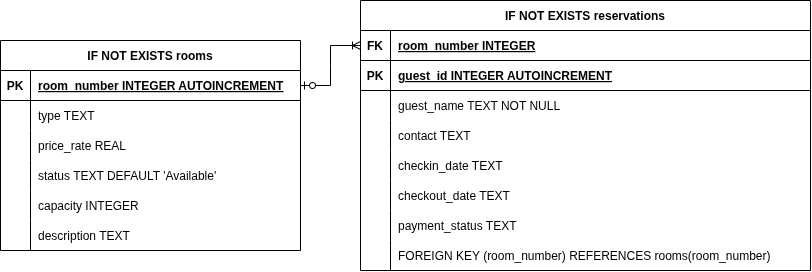
The draw.io diagram document/ERD.drawio.png in euuii/StayBook, before a commit. Source tidied: cells renumbered, new cells last; positions are measured from the earlier drawing's top-left corner, leaving out a move shared by most shapes. Its diagram source:
```xml
<mxGraphModel>
  <root>
    <mxCell id="0" />
    <mxCell id="1" parent="0" />
    <mxCell id="2" value="IF NOT EXISTS rooms" style="shape=table;startSize=30;rowLines=0;fontStyle=1;align=center;" parent="1" vertex="1">
      <mxGeometry y="40" width="300" height="210" as="geometry" />
    </mxCell>
    <mxCell id="3" style="shape=tableRow;horizontal=0;startSize=0;swimlaneHead=0;swimlaneBody=0;fillColor=none;points=[[0,0.5],[1,0.5]];portConstraint=eastwest;strokeColor=inherit;top=0;left=0;right=0;bottom=1;" parent="2" vertex="1">
      <mxGeometry y="30" width="300" height="30" as="geometry" />
    </mxCell>
    <mxCell id="4" value="PK" style="shape=partialRectangle;overflow=hidden;fillColor=none;strokeColor=inherit;top=0;left=0;bottom=0;right=0;fontStyle=1;" parent="3" vertex="1">
      <mxGeometry width="30" height="30" as="geometry" />
    </mxCell>
    <mxCell id="5" value="room_number INTEGER  AUTOINCREMENT" style="shape=partialRectangle;overflow=hidden;fillColor=none;align=left;strokeColor=inherit;top=0;left=0;bottom=0;right=0;spacingLeft=6;fontStyle=5;" parent="3" vertex="1">
      <mxGeometry x="30" width="270" height="30" as="geometry" />
    </mxCell>
    <mxCell id="6" style="shape=tableRow;horizontal=0;startSize=0;swimlaneHead=0;swimlaneBody=0;fillColor=none;strokeColor=inherit;top=0;left=0;right=0;bottom=0;" parent="2" vertex="1">
      <mxGeometry y="60" width="300" height="30" as="geometry" />
    </mxCell>
    <mxCell id="7" style="shape=partialRectangle;overflow=hidden;fillColor=none;strokeColor=inherit;top=0;left=0;bottom=0;right=0;" parent="6" vertex="1">
      <mxGeometry width="30" height="30" as="geometry" />
    </mxCell>
    <mxCell id="8" value="type TEXT" style="shape=partialRectangle;overflow=hidden;fillColor=none;align=left;strokeColor=inherit;top=0;left=0;bottom=0;right=0;spacingLeft=6;" parent="6" vertex="1">
      <mxGeometry x="30" width="270" height="30" as="geometry" />
    </mxCell>
    <mxCell id="9" style="shape=tableRow;horizontal=0;startSize=0;swimlaneHead=0;swimlaneBody=0;fillColor=none;strokeColor=inherit;top=0;left=0;right=0;bottom=0;" parent="2" vertex="1">
      <mxGeometry y="90" width="300" height="30" as="geometry" />
    </mxCell>
    <mxCell id="10" style="shape=partialRectangle;overflow=hidden;fillColor=none;strokeColor=inherit;top=0;left=0;bottom=0;right=0;" parent="9" vertex="1">
      <mxGeometry width="30" height="30" as="geometry" />
    </mxCell>
    <mxCell id="11" value="price_rate REAL" style="shape=partialRectangle;overflow=hidden;fillColor=none;align=left;strokeColor=inherit;top=0;left=0;bottom=0;right=0;spacingLeft=6;" parent="9" vertex="1">
      <mxGeometry x="30" width="270" height="30" as="geometry" />
    </mxCell>
    <mxCell id="12" style="shape=tableRow;horizontal=0;startSize=0;swimlaneHead=0;swimlaneBody=0;fillColor=none;strokeColor=inherit;top=0;left=0;right=0;bottom=0;" parent="2" vertex="1">
      <mxGeometry y="120" width="300" height="30" as="geometry" />
    </mxCell>
    <mxCell id="13" style="shape=partialRectangle;overflow=hidden;fillColor=none;strokeColor=inherit;top=0;left=0;bottom=0;right=0;" parent="12" vertex="1">
      <mxGeometry width="30" height="30" as="geometry" />
    </mxCell>
    <mxCell id="14" value="status TEXT DEFAULT 'Available'" style="shape=partialRectangle;overflow=hidden;fillColor=none;align=left;strokeColor=inherit;top=0;left=0;bottom=0;right=0;spacingLeft=6;" parent="12" vertex="1">
      <mxGeometry x="30" width="270" height="30" as="geometry" />
    </mxCell>
    <mxCell id="15" style="shape=tableRow;horizontal=0;startSize=0;swimlaneHead=0;swimlaneBody=0;fillColor=none;strokeColor=inherit;top=0;left=0;right=0;bottom=0;" parent="2" vertex="1">
      <mxGeometry y="150" width="300" height="30" as="geometry" />
    </mxCell>
    <mxCell id="16" style="shape=partialRectangle;overflow=hidden;fillColor=none;strokeColor=inherit;top=0;left=0;bottom=0;right=0;" parent="15" vertex="1">
      <mxGeometry width="30" height="30" as="geometry" />
    </mxCell>
    <mxCell id="17" value="capacity INTEGER" style="shape=partialRectangle;overflow=hidden;fillColor=none;align=left;strokeColor=inherit;top=0;left=0;bottom=0;right=0;spacingLeft=6;" parent="15" vertex="1">
      <mxGeometry x="30" width="270" height="30" as="geometry" />
    </mxCell>
    <mxCell id="18" style="shape=tableRow;horizontal=0;startSize=0;swimlaneHead=0;swimlaneBody=0;fillColor=none;strokeColor=inherit;top=0;left=0;right=0;bottom=0;" parent="2" vertex="1">
      <mxGeometry y="180" width="300" height="30" as="geometry" />
    </mxCell>
    <mxCell id="19" style="shape=partialRectangle;overflow=hidden;fillColor=none;strokeColor=inherit;top=0;left=0;bottom=0;right=0;" parent="18" vertex="1">
      <mxGeometry width="30" height="30" as="geometry" />
    </mxCell>
    <mxCell id="20" value="description TEXT" style="shape=partialRectangle;overflow=hidden;fillColor=none;align=left;strokeColor=inherit;top=0;left=0;bottom=0;right=0;spacingLeft=6;" parent="18" vertex="1">
      <mxGeometry x="30" width="270" height="30" as="geometry" />
    </mxCell>
    <mxCell id="21" value="IF NOT EXISTS reservations" style="shape=table;startSize=30;rowLines=0;fontStyle=1;align=center;" parent="1" vertex="1">
      <mxGeometry x="360" width="450" height="270" as="geometry" />
    </mxCell>
    <mxCell id="22" style="shape=tableRow;horizontal=0;startSize=0;swimlaneHead=0;swimlaneBody=0;fillColor=none;points=[[0,0.5],[1,0.5]];portConstraint=eastwest;strokeColor=inherit;top=0;left=0;right=0;bottom=1;" parent="21" vertex="1">
      <mxGeometry y="30" width="450" height="30" as="geometry" />
    </mxCell>
    <mxCell id="23" value="FK" style="shape=partialRectangle;overflow=hidden;fillColor=none;strokeColor=inherit;top=0;left=0;bottom=0;right=0;fontStyle=1;" parent="22" vertex="1">
      <mxGeometry width="30" height="30" as="geometry" />
    </mxCell>
    <mxCell id="24" value="room_number INTEGER" style="shape=partialRectangle;overflow=hidden;fillColor=none;align=left;strokeColor=inherit;top=0;left=0;bottom=0;right=0;spacingLeft=6;fontStyle=5;" parent="22" vertex="1">
      <mxGeometry x="30" width="420" height="30" as="geometry" />
    </mxCell>
    <mxCell id="25" style="shape=tableRow;horizontal=0;startSize=0;swimlaneHead=0;swimlaneBody=0;fillColor=none;strokeColor=inherit;top=0;left=0;right=0;bottom=1;" parent="21" vertex="1">
      <mxGeometry y="60" width="450" height="30" as="geometry" />
    </mxCell>
    <mxCell id="26" value="PK" style="shape=partialRectangle;overflow=hidden;fillColor=none;strokeColor=inherit;top=0;left=0;bottom=0;right=0;fontStyle=1;" parent="25" vertex="1">
      <mxGeometry width="30" height="30" as="geometry" />
    </mxCell>
    <mxCell id="27" value="guest_id INTEGER  AUTOINCREMENT" style="shape=partialRectangle;overflow=hidden;fillColor=none;align=left;strokeColor=inherit;top=0;left=0;bottom=0;right=0;spacingLeft=6;fontStyle=5;" parent="25" vertex="1">
      <mxGeometry x="30" width="420" height="30" as="geometry" />
    </mxCell>
    <mxCell id="28" style="shape=tableRow;horizontal=0;startSize=0;swimlaneHead=0;swimlaneBody=0;fillColor=none;strokeColor=inherit;top=0;left=0;right=0;bottom=0;" parent="21" vertex="1">
      <mxGeometry y="90" width="450" height="30" as="geometry" />
    </mxCell>
    <mxCell id="29" style="shape=partialRectangle;overflow=hidden;fillColor=none;strokeColor=inherit;top=0;left=0;bottom=0;right=0;" parent="28" vertex="1">
      <mxGeometry width="30" height="30" as="geometry" />
    </mxCell>
    <mxCell id="30" value="guest_name TEXT NOT NULL" style="shape=partialRectangle;overflow=hidden;fillColor=none;align=left;strokeColor=inherit;top=0;left=0;bottom=0;right=0;spacingLeft=6;" parent="28" vertex="1">
      <mxGeometry x="30" width="420" height="30" as="geometry" />
    </mxCell>
    <mxCell id="31" style="shape=tableRow;horizontal=0;startSize=0;swimlaneHead=0;swimlaneBody=0;fillColor=none;strokeColor=inherit;top=0;left=0;right=0;bottom=0;" parent="21" vertex="1">
      <mxGeometry y="120" width="450" height="30" as="geometry" />
    </mxCell>
    <mxCell id="32" style="shape=partialRectangle;overflow=hidden;fillColor=none;strokeColor=inherit;top=0;left=0;bottom=0;right=0;" parent="31" vertex="1">
      <mxGeometry width="30" height="30" as="geometry" />
    </mxCell>
    <mxCell id="33" value="contact TEXT" style="shape=partialRectangle;overflow=hidden;fillColor=none;align=left;strokeColor=inherit;top=0;left=0;bottom=0;right=0;spacingLeft=6;" parent="31" vertex="1">
      <mxGeometry x="30" width="420" height="30" as="geometry" />
    </mxCell>
    <mxCell id="34" style="shape=tableRow;horizontal=0;startSize=0;swimlaneHead=0;swimlaneBody=0;fillColor=none;strokeColor=inherit;top=0;left=0;right=0;bottom=0;" parent="21" vertex="1">
      <mxGeometry y="150" width="450" height="30" as="geometry" />
    </mxCell>
    <mxCell id="35" style="shape=partialRectangle;overflow=hidden;fillColor=none;strokeColor=inherit;top=0;left=0;bottom=0;right=0;" parent="34" vertex="1">
      <mxGeometry width="30" height="30" as="geometry" />
    </mxCell>
    <mxCell id="36" value="checkin_date TEXT" style="shape=partialRectangle;overflow=hidden;fillColor=none;align=left;strokeColor=inherit;top=0;left=0;bottom=0;right=0;spacingLeft=6;" parent="34" vertex="1">
      <mxGeometry x="30" width="420" height="30" as="geometry" />
    </mxCell>
    <mxCell id="37" style="shape=tableRow;horizontal=0;startSize=0;swimlaneHead=0;swimlaneBody=0;fillColor=none;strokeColor=inherit;top=0;left=0;right=0;bottom=0;" parent="21" vertex="1">
      <mxGeometry y="180" width="450" height="30" as="geometry" />
    </mxCell>
    <mxCell id="38" style="shape=partialRectangle;overflow=hidden;fillColor=none;strokeColor=inherit;top=0;left=0;bottom=0;right=0;" parent="37" vertex="1">
      <mxGeometry width="30" height="30" as="geometry" />
    </mxCell>
    <mxCell id="39" value="checkout_date TEXT" style="shape=partialRectangle;overflow=hidden;fillColor=none;align=left;strokeColor=inherit;top=0;left=0;bottom=0;right=0;spacingLeft=6;" parent="37" vertex="1">
      <mxGeometry x="30" width="420" height="30" as="geometry" />
    </mxCell>
    <mxCell id="40" style="shape=tableRow;horizontal=0;startSize=0;swimlaneHead=0;swimlaneBody=0;fillColor=none;strokeColor=inherit;top=0;left=0;right=0;bottom=0;" parent="21" vertex="1">
      <mxGeometry y="210" width="450" height="30" as="geometry" />
    </mxCell>
    <mxCell id="41" style="shape=partialRectangle;overflow=hidden;fillColor=none;strokeColor=inherit;top=0;left=0;bottom=0;right=0;" parent="40" vertex="1">
      <mxGeometry width="30" height="30" as="geometry" />
    </mxCell>
    <mxCell id="42" value="payment_status TEXT" style="shape=partialRectangle;overflow=hidden;fillColor=none;align=left;strokeColor=inherit;top=0;left=0;bottom=0;right=0;spacingLeft=6;" parent="40" vertex="1">
      <mxGeometry x="30" width="420" height="30" as="geometry" />
    </mxCell>
    <mxCell id="43" style="shape=tableRow;horizontal=0;startSize=0;swimlaneHead=0;swimlaneBody=0;fillColor=none;strokeColor=inherit;top=0;left=0;right=0;bottom=0;" parent="21" vertex="1">
      <mxGeometry y="240" width="450" height="30" as="geometry" />
    </mxCell>
    <mxCell id="44" style="shape=partialRectangle;overflow=hidden;fillColor=none;strokeColor=inherit;top=0;left=0;bottom=0;right=0;" parent="43" vertex="1">
      <mxGeometry width="30" height="30" as="geometry" />
    </mxCell>
    <mxCell id="45" value="FOREIGN KEY (room_number) REFERENCES rooms(room_number)" style="shape=partialRectangle;overflow=hidden;fillColor=none;align=left;strokeColor=inherit;top=0;left=0;bottom=0;right=0;spacingLeft=6;" parent="43" vertex="1">
      <mxGeometry x="30" width="420" height="30" as="geometry" />
    </mxCell>
    <mxCell id="46" style="edgeStyle=entityRelationEdgeStyle;fontSize=12;html=1;endArrow=ERoneToMany;startArrow=ERzeroToOne;rounded=0;" parent="1" edge="1" source="3" target="22">
      <mxGeometry relative="1" as="geometry" />
    </mxCell>
  </root>
</mxGraphModel>
```
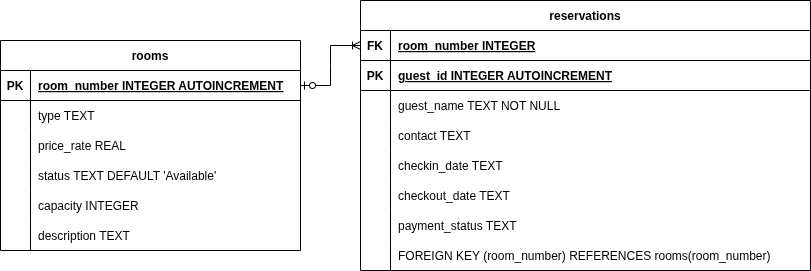
The same diagram one commit later.

Change to the diagram source:
```diff
@@ -2,7 +2,7 @@
   <root>
     <mxCell id="0" />
     <mxCell id="1" parent="0" />
-    <mxCell id="2" value="IF NOT EXISTS rooms" style="shape=table;startSize=30;rowLines=0;fontStyle=1;align=center;" parent="1" vertex="1">
+    <mxCell id="2" value="rooms" style="shape=table;startSize=30;rowLines=0;fontStyle=1;align=center;" parent="1" vertex="1">
       <mxGeometry y="40" width="300" height="210" as="geometry" />
     </mxCell>
     <mxCell id="3" style="shape=tableRow;horizontal=0;startSize=0;swimlaneHead=0;swimlaneBody=0;fillColor=none;points=[[0,0.5],[1,0.5]];portConstraint=eastwest;strokeColor=inherit;top=0;left=0;right=0;bottom=1;" parent="2" vertex="1">
@@ -59,7 +59,7 @@
     <mxCell id="20" value="description TEXT" style="shape=partialRectangle;overflow=hidden;fillColor=none;align=left;strokeColor=inherit;top=0;left=0;bottom=0;right=0;spacingLeft=6;" parent="18" vertex="1">
       <mxGeometry x="30" width="270" height="30" as="geometry" />
     </mxCell>
-    <mxCell id="21" value="IF NOT EXISTS reservations" style="shape=table;startSize=30;rowLines=0;fontStyle=1;align=center;" parent="1" vertex="1">
+    <mxCell id="21" value="reservations" style="shape=table;startSize=30;rowLines=0;fontStyle=1;align=center;" parent="1" vertex="1">
       <mxGeometry x="360" width="450" height="270" as="geometry" />
     </mxCell>
     <mxCell id="22" style="shape=tableRow;horizontal=0;startSize=0;swimlaneHead=0;swimlaneBody=0;fillColor=none;points=[[0,0.5],[1,0.5]];portConstraint=eastwest;strokeColor=inherit;top=0;left=0;right=0;bottom=1;" parent="21" vertex="1">
```
